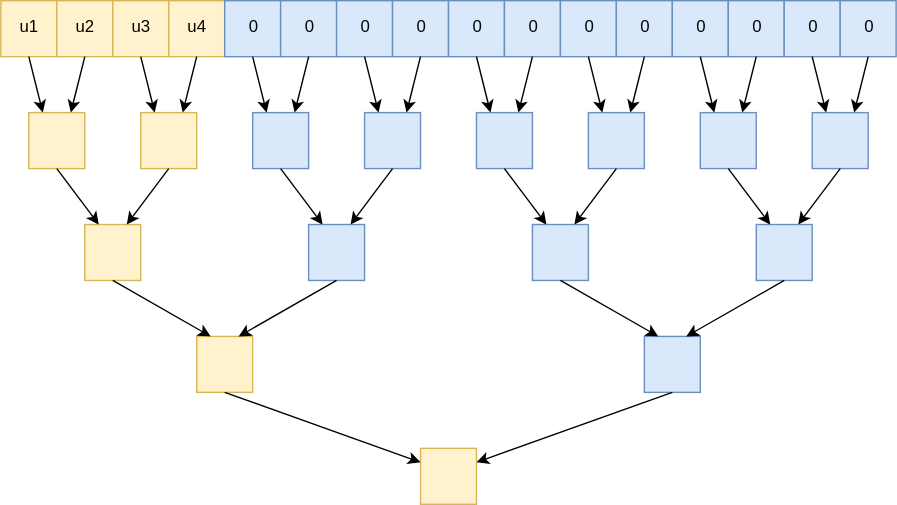
This is zeropool2.svg from snjax/drawio, a draw.io export, as it was before one commit. Source tidied: cells renumbered, new cells last; positions are measured from the earlier drawing's top-left corner, leaving out a move shared by most shapes.
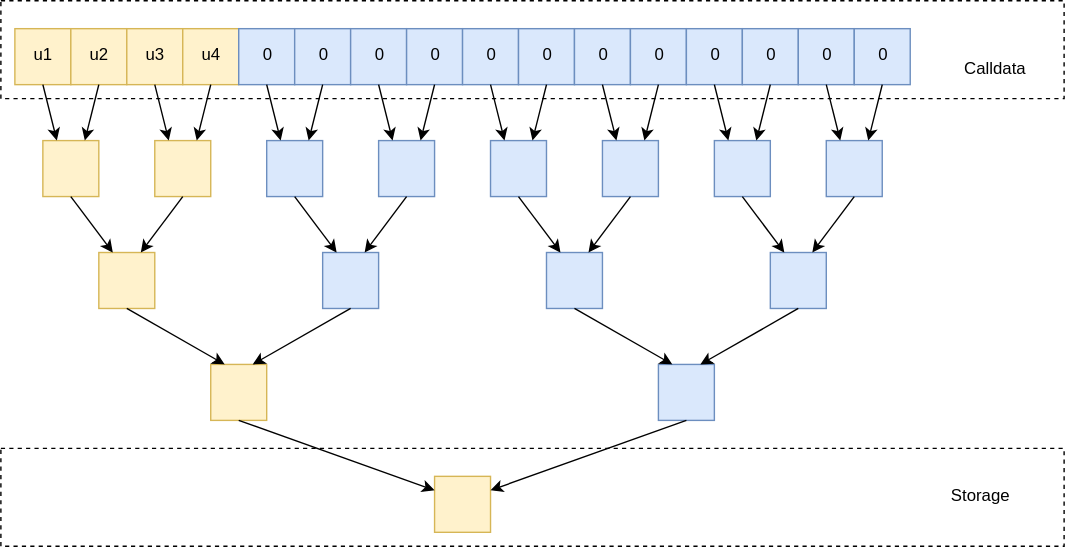
After the change.

What changed in the source:
```diff
@@ -185,5 +185,17 @@
     <mxCell id="62" style="endArrow=classic;html=1;exitX=0.5;exitY=1;exitDx=0;exitDy=0;entryX=1;entryY=0.25;entryDx=0;entryDy=0;" parent="1" edge="1" source="31" target="32">
       <mxGeometry relative="1" as="geometry" />
     </mxCell>
+    <mxCell id="63" style="rounded=0;whiteSpace=wrap;html=1;fillColor=none;dashed=1;" parent="1" vertex="1">
+      <mxGeometry x="-10" y="-20" width="760" height="70" as="geometry" />
+    </mxCell>
+    <mxCell id="64" style="rounded=0;whiteSpace=wrap;html=1;fillColor=none;dashed=1;" parent="1" vertex="1">
+      <mxGeometry x="-10" y="300" width="760" height="70" as="geometry" />
+    </mxCell>
+    <mxCell id="65" value="Storage" style="text;html=1;strokeColor=none;fillColor=none;align=center;verticalAlign=middle;whiteSpace=wrap;rounded=0;dashed=1;" parent="1" vertex="1">
+      <mxGeometry x="650" y="325" width="80" height="20" as="geometry" />
+    </mxCell>
+    <mxCell id="66" value="Calldata" style="text;html=1;strokeColor=none;fillColor=none;align=center;verticalAlign=middle;whiteSpace=wrap;rounded=0;dashed=1;" parent="1" vertex="1">
+      <mxGeometry x="660" y="20" width="80" height="20" as="geometry" />
+    </mxCell>
   </root>
 </mxGraphModel>
```
